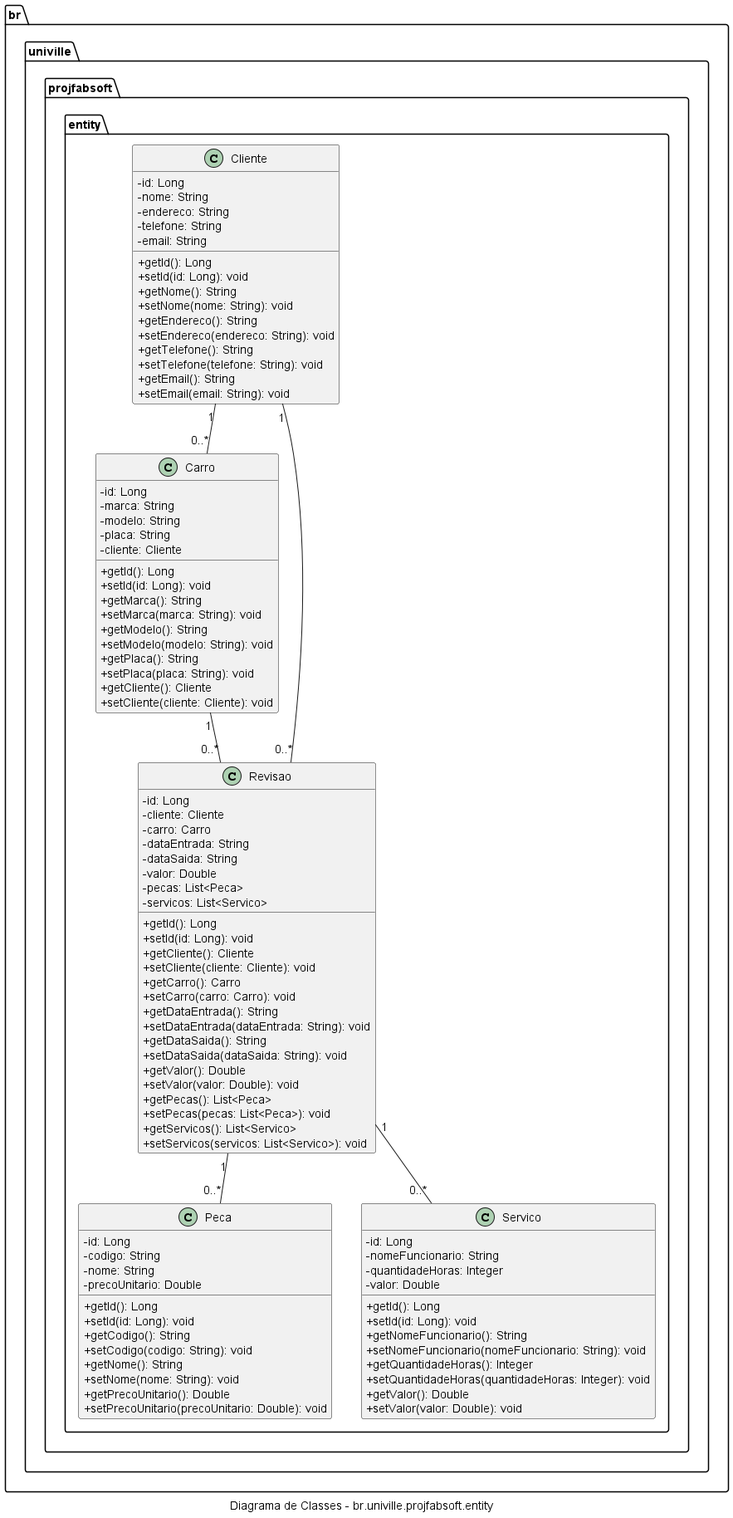
waltercoan/fabsoft-2025-1-a keeps this PlantUML diagram as diagramas/png/diagramadeclasses.png. Above is the earlier version. Its diagram source:
```plantuml
@startuml
skinparam classAttributeIconSize 0
caption Diagrama de Classes - br.univille.projfabsoft.entity

package br.univille.projfabsoft.entity {
    class Cliente {
        - id: Long
        - nome: String
        - endereco: String
        - telefone: String
        - email: String
        + getId(): Long
        + setId(id: Long): void
        + getNome(): String
        + setNome(nome: String): void
        + getEndereco(): String
        + setEndereco(endereco: String): void
        + getTelefone(): String
        + setTelefone(telefone: String): void
        + getEmail(): String
        + setEmail(email: String): void
    }

    class Carro {
        - id: Long
        - marca: String
        - modelo: String
        - placa: String
        - cliente: Cliente
        + getId(): Long
        + setId(id: Long): void
        + getMarca(): String
        + setMarca(marca: String): void
        + getModelo(): String
        + setModelo(modelo: String): void
        + getPlaca(): String
        + setPlaca(placa: String): void
        + getCliente(): Cliente
        + setCliente(cliente: Cliente): void
    }

    class Revisao {
        - id: Long
        - cliente: Cliente
        - carro: Carro
        - dataEntrada: String
        - dataSaida: String
        - valor: Double
        - pecas: List<Peca>
        - servicos: List<Servico>
        + getId(): Long
        + setId(id: Long): void
        + getCliente(): Cliente
        + setCliente(cliente: Cliente): void
        + getCarro(): Carro
        + setCarro(carro: Carro): void
        + getDataEntrada(): String
        + setDataEntrada(dataEntrada: String): void
        + getDataSaida(): String
        + setDataSaida(dataSaida: String): void
        + getValor(): Double
        + setValor(valor: Double): void
        + getPecas(): List<Peca>
        + setPecas(pecas: List<Peca>): void
        + getServicos(): List<Servico>
        + setServicos(servicos: List<Servico>): void
    }

    class Peca {
        - id: Long
        - codigo: String
        - nome: String
        - precoUnitario: Double
        + getId(): Long
        + setId(id: Long): void
        + getCodigo(): String
        + setCodigo(codigo: String): void
        + getNome(): String
        + setNome(nome: String): void
        + getPrecoUnitario(): Double
        + setPrecoUnitario(precoUnitario: Double): void
    }

    class Servico {
        - id: Long
        - nomeFuncionario: String
        - quantidadeHoras: Integer
        - valor: Double
        + getId(): Long
        + setId(id: Long): void
        + getNomeFuncionario(): String
        + setNomeFuncionario(nomeFuncionario: String): void
        + getQuantidadeHoras(): Integer
        + setQuantidadeHoras(quantidadeHoras: Integer): void
        + getValor(): Double
        + setValor(valor: Double): void
    }

    Cliente "1" -- "0..*" Carro
    Cliente "1" -- "0..*" Revisao
    Carro "1" -- "0..*" Revisao
    Revisao "1" -- "0..*" Peca
    Revisao "1" -- "0..*" Servico
}
@enduml
```
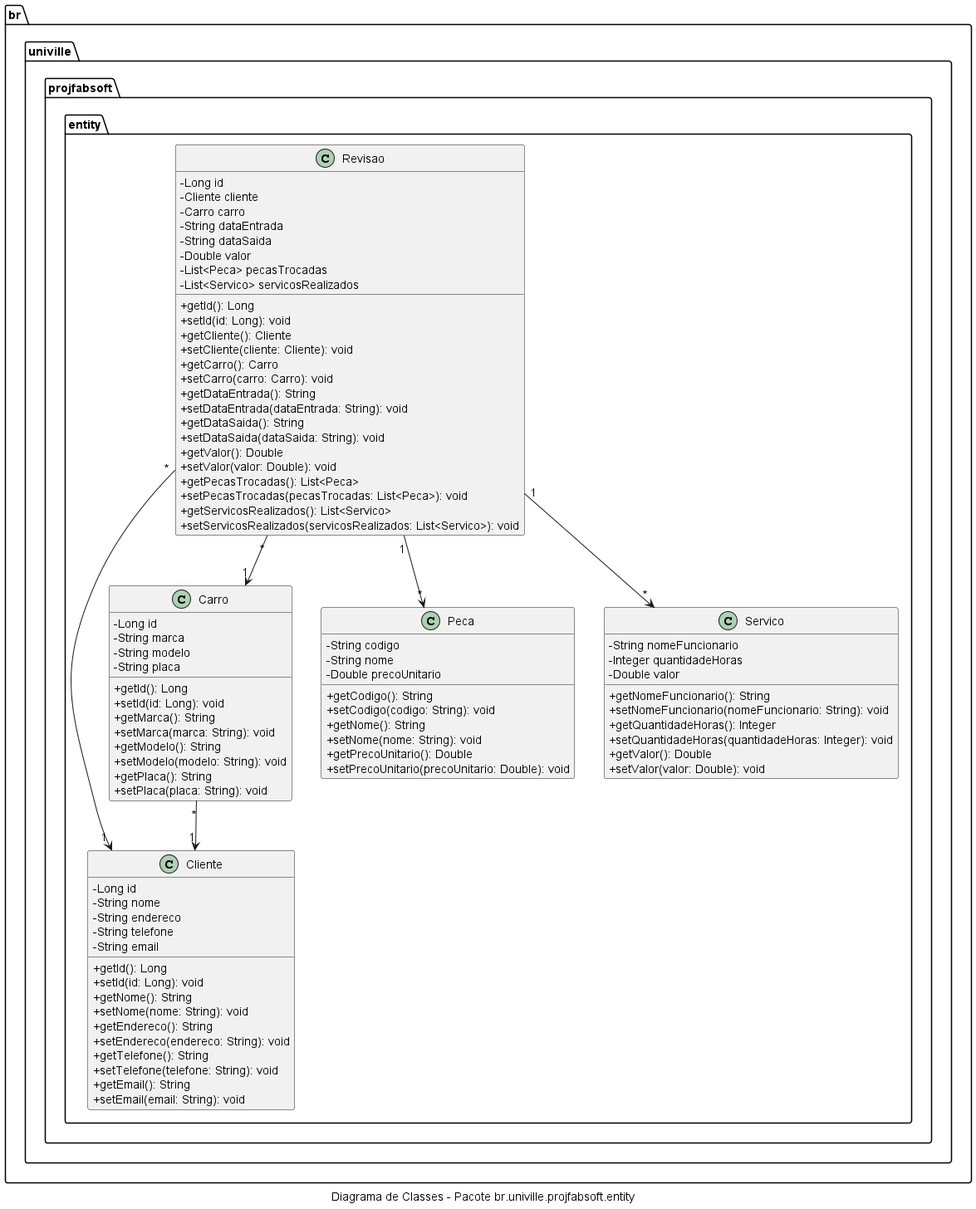
After the change.

What changed in the source:
```diff
@@ -1,14 +1,15 @@
 @startuml
 skinparam classAttributeIconSize 0
-caption Diagrama de Classes - br.univille.projfabsoft.entity
+caption Diagrama de Classes - Pacote br.univille.projfabsoft.entity
 
 package br.univille.projfabsoft.entity {
     class Cliente {
-        - id: Long
-        - nome: String
-        - endereco: String
-        - telefone: String
-        - email: String
+        - Long id
+        - String nome
+        - String endereco
+        - String telefone
+        - String email
+
         + getId(): Long
         + setId(id: Long): void
         + getNome(): String
@@ -22,11 +23,11 @@
     }
 
     class Carro {
-        - id: Long
-        - marca: String
-        - modelo: String
-        - placa: String
-        - cliente: Cliente
+        - Long id
+        - String marca
+        - String modelo
+        - String placa
+
         + getId(): Long
         + setId(id: Long): void
         + getMarca(): String
@@ -35,19 +36,18 @@
         + setModelo(modelo: String): void
         + getPlaca(): String
         + setPlaca(placa: String): void
-        + getCliente(): Cliente
-        + setCliente(cliente: Cliente): void
     }
 
     class Revisao {
-        - id: Long
-        - cliente: Cliente
-        - carro: Carro
-        - dataEntrada: String
-        - dataSaida: String
-        - valor: Double
-        - pecas: List<Peca>
-        - servicos: List<Servico>
+        - Long id
+        - Cliente cliente
+        - Carro carro
+        - String dataEntrada
+        - String dataSaida
+        - Double valor
+        - List<Peca> pecasTrocadas
+        - List<Servico> servicosRealizados
+
         + getId(): Long
         + setId(id: Long): void
         + getCliente(): Cliente
@@ -60,19 +60,17 @@
         + setDataSaida(dataSaida: String): void
         + getValor(): Double
         + setValor(valor: Double): void
-        + getPecas(): List<Peca>
-        + setPecas(pecas: List<Peca>): void
-        + getServicos(): List<Servico>
-        + setServicos(servicos: List<Servico>): void
+        + getPecasTrocadas(): List<Peca>
+        + setPecasTrocadas(pecasTrocadas: List<Peca>): void
+        + getServicosRealizados(): List<Servico>
+        + setServicosRealizados(servicosRealizados: List<Servico>): void
     }
 
     class Peca {
-        - id: Long
-        - codigo: String
-        - nome: String
-        - precoUnitario: Double
-        + getId(): Long
-        + setId(id: Long): void
+        - String codigo
+        - String nome
+        - Double precoUnitario
+
         + getCodigo(): String
         + setCodigo(codigo: String): void
         + getNome(): String
@@ -82,12 +80,10 @@
     }
 
     class Servico {
-        - id: Long
-        - nomeFuncionario: String
-        - quantidadeHoras: Integer
-        - valor: Double
-        + getId(): Long
-        + setId(id: Long): void
+        - String nomeFuncionario
+        - Integer quantidadeHoras
+        - Double valor
+
         + getNomeFuncionario(): String
         + setNomeFuncionario(nomeFuncionario: String): void
         + getQuantidadeHoras(): Integer
@@ -96,10 +92,10 @@
         + setValor(valor: Double): void
     }
 
-    Cliente "1" -- "0..*" Carro
-    Cliente "1" -- "0..*" Revisao
-    Carro "1" -- "0..*" Revisao
-    Revisao "1" -- "0..*" Peca
-    Revisao "1" -- "0..*" Servico
+    Carro "*" --> "1" Cliente
+    Revisao "*" --> "1" Cliente
+    Revisao "*" --> "1" Carro
+    Revisao "1" --> "*" Peca
+    Revisao "1" --> "*" Servico
 }
 @enduml
```
